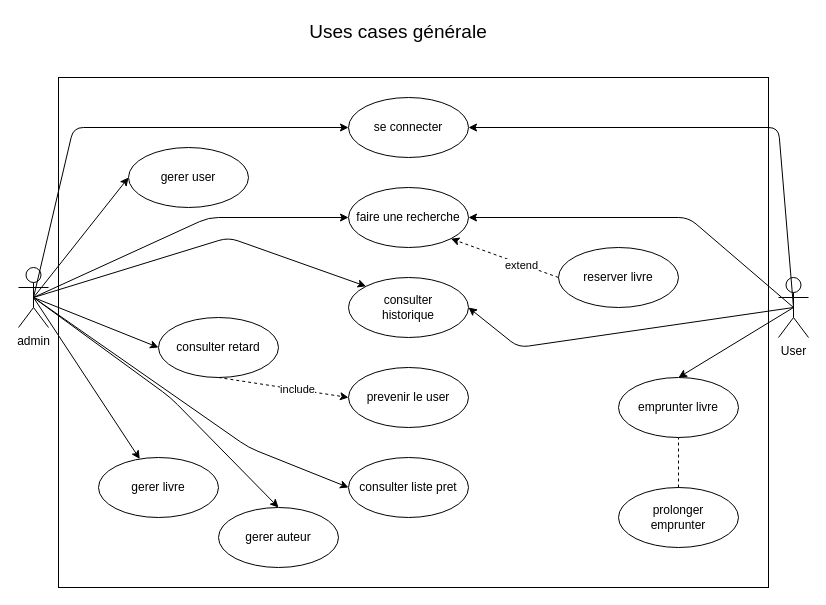
Before: page "Page-1" (1 of 3) of diagramme/use_cases/use_cases.drawio in SquizzzGeekCat/Projet-Python_Bibliotheque, a draw.io diagram. Source tidied: cells renumbered, new cells numbered last; positions are measured from the earlier drawing's top-left corner, leaving out a move shared by most shapes. Both pictures are drawn from the tidied source at 100%, with x=0, y=0 at pixel (18, 17).
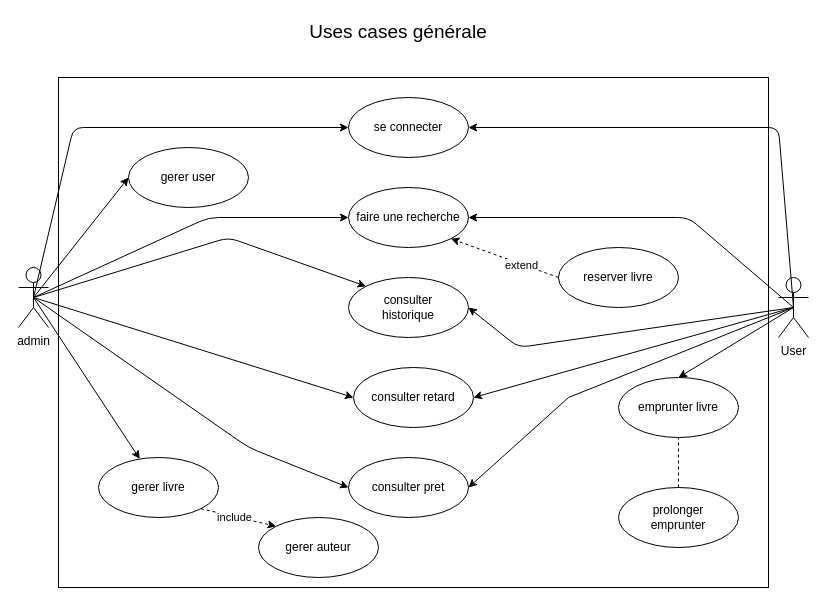
The same page after the edit.

Unchanged cells that the change refers to:
```xml
<mxCell id="3" value="admin" style="shape=umlActor;verticalLabelPosition=bottom;verticalAlign=top;html=1;outlineConnect=0;" parent="1" vertex="1">
  <mxGeometry y="250" width="30" height="60" as="geometry" />
</mxCell>
<mxCell id="4" value="User" style="shape=umlActor;verticalLabelPosition=bottom;verticalAlign=top;html=1;outlineConnect=0;" parent="1" vertex="1">
  <mxGeometry x="760" y="260" width="30" height="60" as="geometry" />
</mxCell>
<mxCell id="11" value="gerer livre" style="ellipse;whiteSpace=wrap;html=1;" parent="1" vertex="1">
  <mxGeometry x="80" y="440" width="120" height="60" as="geometry" />
</mxCell>
```

What changed in the source:
```diff
@@
     <mxCell id="12" value="gerer auteur" style="ellipse;whiteSpace=wrap;html=1;" parent="1" vertex="1">
-      <mxGeometry x="200" y="490" width="120" height="60" as="geometry" />
+      <mxGeometry x="240" y="500" width="120" height="60" as="geometry" />
     </mxCell>
     <mxCell id="13" value="consulter retard" style="ellipse;whiteSpace=wrap;html=1;" parent="1" vertex="1">
-      <mxGeometry x="140" y="300" width="120" height="60" as="geometry" />
+      <mxGeometry x="335" y="350" width="120" height="60" as="geometry" />
     </mxCell>
-    <mxCell id="14" value="consulter liste pret" style="ellipse;whiteSpace=wrap;html=1;" parent="1" vertex="1">
+    <mxCell id="14" value="consulter pret" style="ellipse;whiteSpace=wrap;html=1;" parent="1" vertex="1">
       <mxGeometry x="330" y="440" width="120" height="60" as="geometry" />
     </mxCell>
@@
-    <mxCell id="27" value="prevenir le user" style="ellipse;whiteSpace=wrap;html=1;" parent="1" vertex="1">
-      <mxGeometry x="330" y="350" width="120" height="60" as="geometry" />
-    </mxCell>
@@
-    <mxCell id="30" style="endArrow=classic;html=1;dashed=1;exitX=0.5;exitY=1;exitDx=0;exitDy=0;entryX=0;entryY=0.5;entryDx=0;entryDy=0;" parent="1" edge="1" source="13" target="27">
-      <mxGeometry relative="1" as="geometry" />
-    </mxCell>
-    <mxCell id="31" value="include" style="edgeLabel;html=1;align=center;verticalAlign=middle;" parent="30" vertex="1">
-      <mxGeometry x="0.2" y="1" relative="1" as="geometry" />
-    </mxCell>
-    <mxCell id="32" style="endArrow=classic;html=1;exitX=0.5;exitY=0.5;exitDx=0;exitDy=0;exitPerimeter=0;entryX=0.5;entryY=0;entryDx=0;entryDy=0;" parent="1" edge="1" source="3" target="12">
-      <mxGeometry relative="1" as="geometry">
-        <Array as="points">
-          <mxPoint x="152" y="380" />
-        </Array>
-      </mxGeometry>
-    </mxCell>
@@
+    <mxCell id="35" style="endArrow=classic;html=1;rounded=0;exitX=0.5;exitY=0.5;exitDx=0;exitDy=0;exitPerimeter=0;entryX=1;entryY=0.5;entryDx=0;entryDy=0;" parent="1" edge="1" source="4" target="13">
+      <mxGeometry relative="1" as="geometry" />
+    </mxCell>
+    <mxCell id="36" style="endArrow=classic;html=1;rounded=0;exitX=1;exitY=1;exitDx=0;exitDy=0;entryX=0;entryY=0;entryDx=0;entryDy=0;dashed=1;" parent="1" edge="1" source="11" target="12">
+      <mxGeometry relative="1" as="geometry" />
+    </mxCell>
+    <mxCell id="31" value="include" style="edgeLabel;html=1;align=center;verticalAlign=middle;" parent="36" vertex="1">
+      <mxGeometry x="-0.11" y="-1" relative="1" as="geometry" />
+    </mxCell>
+    <mxCell id="37" style="endArrow=classic;html=1;rounded=0;entryX=1;entryY=0.5;entryDx=0;entryDy=0;exitX=0.5;exitY=0.5;exitDx=0;exitDy=0;exitPerimeter=0;" parent="1" edge="1" source="4" target="14">
+      <mxGeometry relative="1" as="geometry">
+        <Array as="points">
+          <mxPoint x="550" y="380" />
+        </Array>
+      </mxGeometry>
+    </mxCell>
```
